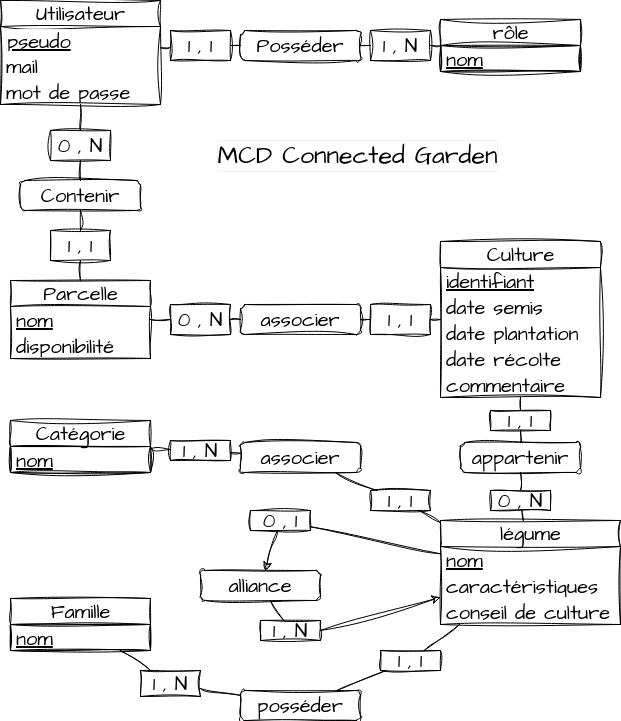
Loic-Dubrion/API_jardin keeps this draw.io diagram as conception/MCD/mcd_schema.png. Above is the earlier version. Source tidied: cells renumbered, new cells last; positions are measured from the earlier drawing's top-left corner, leaving out a move shared by most shapes.
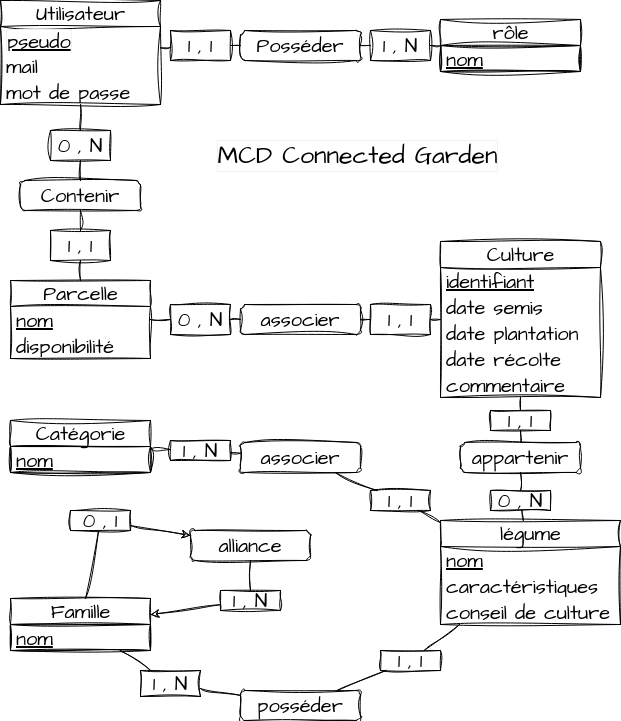
Later version of the same file.

The edit, as a diff of the source:
```diff
@@ -111,7 +111,7 @@
       <mxGeometry x="240" y="442" width="120" height="30" as="geometry" />
     </mxCell>
     <mxCell id="38" value="alliance" style="rounded=1;whiteSpace=wrap;html=1;sketch=1;hachureGap=4;jiggle=2;curveFitting=1;fontFamily=Architects Daughter;fontSource=https%3A%2F%2Ffonts.googleapis.com%2Fcss%3Ffamily%3DArchitects%2BDaughter;fontSize=20;fillColor=none;strokeColor=#000000;fontColor=#000000;" parent="1" vertex="1">
-      <mxGeometry x="200" y="570" width="120" height="30" as="geometry" />
+      <mxGeometry x="190" y="530" width="120" height="30" as="geometry" />
     </mxCell>
     <mxCell id="39" value="Famille" style="swimlane;fontStyle=0;horizontal=1;startSize=26;fillColor=none;html=1;sketch=1;hachureGap=4;jiggle=2;curveFitting=1;fontFamily=Architects Daughter;fontSource=https%3A%2F%2Ffonts.googleapis.com%2Fcss%3Ffamily%3DArchitects%2BDaughter;fontSize=20;strokeColor=#000000;fontColor=#000000;" parent="1" vertex="1">
       <mxGeometry x="10" y="598" width="140" height="52" as="geometry" />
@@ -200,12 +200,8 @@
     <mxCell id="67" value="1 , 1" style="text;html=1;strokeColor=#000000;fillColor=none;align=center;verticalAlign=middle;whiteSpace=wrap;rounded=0;sketch=1;hachureGap=4;jiggle=2;curveFitting=1;fontFamily=Architects Daughter;fontSource=https%3A%2F%2Ffonts.googleapis.com%2Fcss%3Ffamily%3DArchitects%2BDaughter;fontSize=20;fontColor=#000000;" parent="1" vertex="1">
       <mxGeometry x="380" y="650" width="60" height="20" as="geometry" />
     </mxCell>
-    <mxCell id="68" style="endArrow=classic;html=1;sketch=1;hachureGap=4;jiggle=2;curveFitting=1;fontFamily=Architects Daughter;fontSource=https%3A%2F%2Ffonts.googleapis.com%2Fcss%3Ffamily%3DArchitects%2BDaughter;fontSize=16;strokeColor=#000000;fontColor=#000000;startArrow=none;" parent="1" edge="1" source="74" target="26">
-      <mxGeometry relative="1" as="geometry">
-        <Array as="points">
-          <mxPoint x="320" y="630" />
-        </Array>
-      </mxGeometry>
+    <mxCell id="68" style="endArrow=classic;html=1;sketch=1;hachureGap=4;jiggle=2;curveFitting=1;fontFamily=Architects Daughter;fontSource=https%3A%2F%2Ffonts.googleapis.com%2Fcss%3Ffamily%3DArchitects%2BDaughter;fontSize=16;strokeColor=#000000;fontColor=#000000;startArrow=none;" parent="1" edge="1" source="74" target="39">
+      <mxGeometry relative="1" as="geometry" />
     </mxCell>
     <mxCell id="69" style="endArrow=classic;html=1;sketch=1;hachureGap=4;jiggle=2;curveFitting=1;fontFamily=Architects Daughter;fontSource=https%3A%2F%2Ffonts.googleapis.com%2Fcss%3Ffamily%3DArchitects%2BDaughter;fontSize=16;strokeColor=#000000;fontColor=#000000;startArrow=none;" parent="1" edge="1" source="72" target="38">
       <mxGeometry relative="1" as="geometry" />
@@ -213,17 +209,17 @@
     <mxCell id="70" value="MCD Connected Garden" style="text;html=1;strokeColor=none;fillColor=none;align=center;verticalAlign=middle;whiteSpace=wrap;rounded=0;labelBorderColor=#F0F0F0;sketch=1;hachureGap=4;jiggle=2;curveFitting=1;fontFamily=Architects Daughter;fontSource=https%3A%2F%2Ffonts.googleapis.com%2Fcss%3Ffamily%3DArchitects%2BDaughter;fontSize=25;fontColor=#000000;" parent="1" vertex="1">
       <mxGeometry x="200" y="140" width="315" height="30" as="geometry" />
     </mxCell>
-    <mxCell id="71" style="endArrow=none;html=1;sketch=1;hachureGap=4;jiggle=2;curveFitting=1;fontFamily=Architects Daughter;fontSource=https%3A%2F%2Ffonts.googleapis.com%2Fcss%3Ffamily%3DArchitects%2BDaughter;fontSize=16;strokeColor=#000000;fontColor=#000000;" parent="1" edge="1" source="26" target="72">
+    <mxCell id="71" style="endArrow=none;html=1;sketch=1;hachureGap=4;jiggle=2;curveFitting=1;fontFamily=Architects Daughter;fontSource=https%3A%2F%2Ffonts.googleapis.com%2Fcss%3Ffamily%3DArchitects%2BDaughter;fontSize=16;strokeColor=#000000;fontColor=#000000;" parent="1" edge="1" source="39" target="72">
       <mxGeometry relative="1" as="geometry" />
     </mxCell>
     <mxCell id="72" value="0 , 1" style="text;html=1;strokeColor=#000000;fillColor=none;align=center;verticalAlign=middle;whiteSpace=wrap;rounded=0;sketch=1;hachureGap=4;jiggle=2;curveFitting=1;fontFamily=Architects Daughter;fontSource=https%3A%2F%2Ffonts.googleapis.com%2Fcss%3Ffamily%3DArchitects%2BDaughter;fontSize=20;fontColor=#000000;" parent="1" vertex="1">
-      <mxGeometry x="250" y="510" width="60" height="20" as="geometry" />
+      <mxGeometry x="70" y="510" width="60" height="20" as="geometry" />
     </mxCell>
     <mxCell id="73" style="endArrow=none;html=1;sketch=1;hachureGap=4;jiggle=2;curveFitting=1;fontFamily=Architects Daughter;fontSource=https%3A%2F%2Ffonts.googleapis.com%2Fcss%3Ffamily%3DArchitects%2BDaughter;fontSize=16;strokeColor=#000000;fontColor=#000000;" parent="1" edge="1" source="38" target="74">
       <mxGeometry relative="1" as="geometry" />
     </mxCell>
     <mxCell id="74" value="1 , N" style="text;html=1;strokeColor=#000000;fillColor=none;align=center;verticalAlign=middle;whiteSpace=wrap;rounded=0;sketch=1;hachureGap=4;jiggle=2;curveFitting=1;fontFamily=Architects Daughter;fontSource=https%3A%2F%2Ffonts.googleapis.com%2Fcss%3Ffamily%3DArchitects%2BDaughter;fontSize=20;fontColor=#000000;" parent="1" vertex="1">
-      <mxGeometry x="260" y="620" width="60" height="20" as="geometry" />
+      <mxGeometry x="220" y="590" width="60" height="20" as="geometry" />
     </mxCell>
   </root>
 </mxGraphModel>
```
